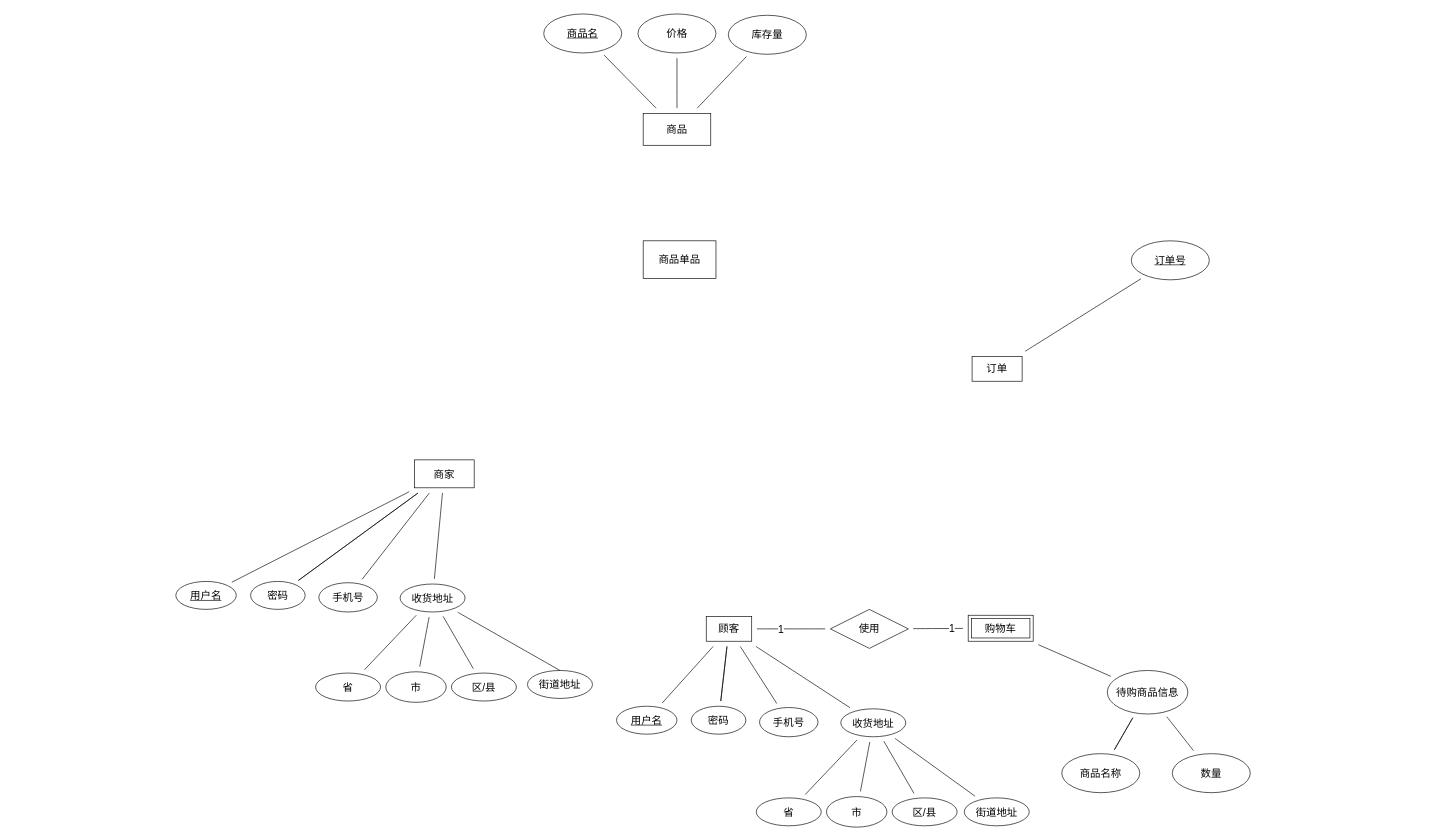
Before: database-ER.drawio in guokaichina/database-ER, a draw.io diagram. Source tidied: cells renumbered, new cells numbered last; positions are measured from the earlier drawing's top-left corner, leaving out a move shared by most shapes. Both pictures are drawn from the tidied source at 65%, with x=0, y=0 at pixel (176, 14).
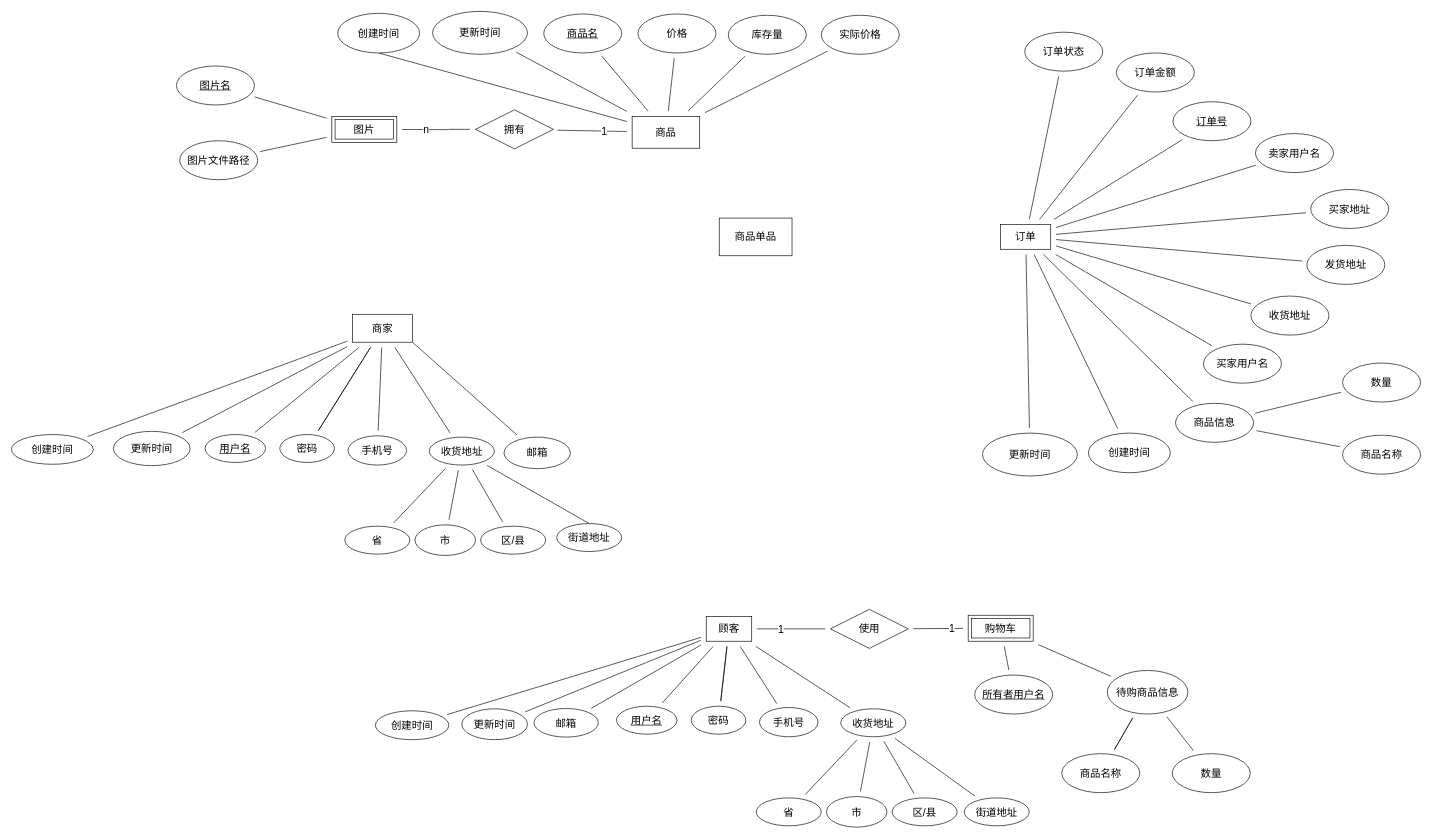
The same page after the edit.

Unchanged cells that the change refers to:
```xml
<mxCell id="8" value="&lt;font style=&quot;font-size: 16px;&quot;&gt;顾客&lt;/font&gt;" style="rounded=0;whiteSpace=wrap;html=1;" parent="1" vertex="1">
  <mxGeometry x="816" y="927" width="70" height="38" as="geometry" />
</mxCell>
<mxCell id="36" value="购物车" style="shape=ext;margin=3;double=1;whiteSpace=wrap;html=1;align=center;fontSize=16;fillColor=#FFFFFF;" parent="1" vertex="1">
  <mxGeometry x="1219" y="925" width="100" height="40" as="geometry" />
</mxCell>
```

Diff of the diagram source:
```diff
@@
+    <mxCell id="62" style="edgeStyle=none;curved=1;rounded=0;jettySize=auto;html=1;fontSize=16;endArrow=none;endFill=0;startSize=14;endSize=14;sourcePerimeterSpacing=8;targetPerimeterSpacing=8;" parent="1" edge="1" source="8" target="95">
+      <mxGeometry relative="1" as="geometry" />
+    </mxCell>
+    <mxCell id="63" style="edgeStyle=none;curved=1;rounded=0;jettySize=auto;html=1;fontSize=16;endArrow=none;endFill=0;startSize=14;endSize=14;sourcePerimeterSpacing=8;targetPerimeterSpacing=8;" parent="1" edge="1" source="8" target="101">
+      <mxGeometry relative="1" as="geometry" />
+    </mxCell>
+    <mxCell id="64" style="edgeStyle=none;curved=1;rounded=0;jettySize=auto;html=1;fontSize=16;endArrow=none;endFill=0;startSize=14;endSize=14;sourcePerimeterSpacing=8;targetPerimeterSpacing=8;" parent="1" edge="1" source="8" target="100">
+      <mxGeometry relative="1" as="geometry" />
+    </mxCell>
@@
+    <mxCell id="65" style="edgeStyle=none;curved=1;rounded=0;jettySize=auto;html=1;fontSize=16;endArrow=none;endFill=0;startSize=14;endSize=14;sourcePerimeterSpacing=8;targetPerimeterSpacing=8;" parent="1" edge="1" source="30" target="105">
+      <mxGeometry relative="1" as="geometry" />
+    </mxCell>
+    <mxCell id="66" style="edgeStyle=none;curved=1;rounded=0;jettySize=auto;html=1;entryX=0.5;entryY=1;entryDx=0;entryDy=0;fontSize=16;endArrow=none;endFill=0;startSize=14;endSize=14;sourcePerimeterSpacing=8;targetPerimeterSpacing=8;" parent="1" edge="1" source="30" target="104">
+      <mxGeometry relative="1" as="geometry" />
+    </mxCell>
+    <mxCell id="67" style="edgeStyle=none;curved=1;rounded=0;jettySize=auto;html=1;fontSize=16;endArrow=none;endFill=0;startSize=14;endSize=14;sourcePerimeterSpacing=8;targetPerimeterSpacing=8;" parent="1" edge="1" source="30" target="112">
+      <mxGeometry relative="1" as="geometry" />
+    </mxCell>
+    <mxCell id="68" value="1" style="edgeLabel;html=1;align=center;verticalAlign=middle;fontSize=16;" parent="67" vertex="1">
+      <mxGeometry x="-0.37" y="-9" relative="1" as="geometry">
+        <mxPoint x="-2" y="9" as="offset" />
+      </mxGeometry>
+    </mxCell>
+    <mxCell id="69" style="edgeStyle=none;curved=1;rounded=0;jettySize=auto;html=1;fontSize=16;endArrow=none;endFill=0;startSize=14;endSize=14;sourcePerimeterSpacing=8;targetPerimeterSpacing=8;" parent="1" edge="1" source="30" target="116">
+      <mxGeometry relative="1" as="geometry" />
+    </mxCell>
     <mxCell id="30" value="商品" style="rounded=0;whiteSpace=wrap;html=1;fontSize=16;" parent="1" vertex="1">
-      <mxGeometry x="719" y="153" width="104" height="49" as="geometry" />
+      <mxGeometry x="702" y="157.5" width="104" height="49" as="geometry" />
     </mxCell>
@@
+    <mxCell id="70" style="edgeStyle=none;curved=1;rounded=0;jettySize=auto;html=1;fontSize=16;endArrow=none;endFill=0;startSize=14;endSize=14;sourcePerimeterSpacing=8;targetPerimeterSpacing=8;" parent="1" edge="1" source="36" target="106">
+      <mxGeometry relative="1" as="geometry" />
+    </mxCell>
@@
+    <mxCell id="71" style="edgeStyle=none;curved=1;rounded=0;jettySize=auto;html=1;fontSize=16;endArrow=none;endFill=0;startSize=14;endSize=14;sourcePerimeterSpacing=8;targetPerimeterSpacing=8;" parent="1" edge="1" source="41" target="84">
+      <mxGeometry relative="1" as="geometry" />
+    </mxCell>
+    <mxCell id="72" style="edgeStyle=none;curved=1;rounded=0;jettySize=auto;html=1;fontSize=16;endArrow=none;endFill=0;startSize=14;endSize=14;sourcePerimeterSpacing=8;targetPerimeterSpacing=8;" parent="1" edge="1" source="41" target="85">
+      <mxGeometry relative="1" as="geometry" />
+    </mxCell>
+    <mxCell id="73" style="edgeStyle=none;curved=1;rounded=0;jettySize=auto;html=1;fontSize=16;endArrow=none;endFill=0;startSize=14;endSize=14;sourcePerimeterSpacing=8;targetPerimeterSpacing=8;" parent="1" edge="1" source="41" target="86">
+      <mxGeometry relative="1" as="geometry" />
+    </mxCell>
+    <mxCell id="74" style="edgeStyle=none;curved=1;rounded=0;jettySize=auto;html=1;fontSize=16;endArrow=none;endFill=0;startSize=14;endSize=14;sourcePerimeterSpacing=8;targetPerimeterSpacing=8;" parent="1" edge="1" source="41" target="87">
+      <mxGeometry relative="1" as="geometry" />
+    </mxCell>
+    <mxCell id="75" style="edgeStyle=none;curved=1;rounded=0;jettySize=auto;html=1;fontSize=16;endArrow=none;endFill=0;startSize=14;endSize=14;sourcePerimeterSpacing=8;targetPerimeterSpacing=8;" parent="1" edge="1" source="41" target="88">
+      <mxGeometry relative="1" as="geometry" />
+    </mxCell>
+    <mxCell id="76" style="edgeStyle=none;curved=1;rounded=0;jettySize=auto;html=1;fontSize=16;endArrow=none;endFill=0;startSize=14;endSize=14;sourcePerimeterSpacing=8;targetPerimeterSpacing=8;" parent="1" edge="1" source="41" target="89">
+      <mxGeometry relative="1" as="geometry" />
+    </mxCell>
+    <mxCell id="77" style="edgeStyle=none;curved=1;rounded=0;jettySize=auto;html=1;fontSize=16;endArrow=none;endFill=0;startSize=14;endSize=14;sourcePerimeterSpacing=8;targetPerimeterSpacing=8;" parent="1" edge="1" source="41" target="96">
+      <mxGeometry relative="1" as="geometry" />
+    </mxCell>
+    <mxCell id="78" style="edgeStyle=none;curved=1;rounded=0;jettySize=auto;html=1;fontSize=16;endArrow=none;endFill=0;startSize=14;endSize=14;sourcePerimeterSpacing=8;targetPerimeterSpacing=8;" parent="1" edge="1" source="41" target="97">
+      <mxGeometry relative="1" as="geometry" />
+    </mxCell>
+    <mxCell id="79" style="edgeStyle=none;curved=1;rounded=0;jettySize=auto;html=1;fontSize=16;endArrow=none;endFill=0;startSize=14;endSize=14;sourcePerimeterSpacing=8;targetPerimeterSpacing=8;" parent="1" edge="1" source="41" target="102">
+      <mxGeometry relative="1" as="geometry" />
+    </mxCell>
+    <mxCell id="80" style="edgeStyle=none;curved=1;rounded=0;jettySize=auto;html=1;fontSize=16;endArrow=none;endFill=0;startSize=14;endSize=14;sourcePerimeterSpacing=8;targetPerimeterSpacing=8;" parent="1" edge="1" source="41" target="103">
+      <mxGeometry relative="1" as="geometry" />
+    </mxCell>
     <mxCell id="41" value="订单" style="rounded=0;whiteSpace=wrap;html=1;fontSize=16;fillColor=#FFFFFF;" parent="1" vertex="1">
-      <mxGeometry x="1225" y="527" width="77" height="38" as="geometry" />
+      <mxGeometry x="1269" y="324" width="77" height="38" as="geometry" />
     </mxCell>
     <mxCell id="42" value="&lt;u&gt;订单号&lt;/u&gt;" style="ellipse;whiteSpace=wrap;html=1;fontSize=16;fillColor=#FFFFFF;" parent="1" vertex="1">
-      <mxGeometry x="1470" y="349" width="120" height="60" as="geometry" />
+      <mxGeometry x="1534" y="135" width="120" height="60" as="geometry" />
     </mxCell>
+    <mxCell id="81" style="edgeStyle=none;curved=1;rounded=0;jettySize=auto;html=1;exitX=1;exitY=1;exitDx=0;exitDy=0;fontSize=16;endArrow=none;endFill=0;startSize=14;endSize=14;sourcePerimeterSpacing=8;targetPerimeterSpacing=8;" parent="1" edge="1" source="43" target="94">
+      <mxGeometry relative="1" as="geometry" />
+    </mxCell>
+    <mxCell id="82" style="edgeStyle=none;curved=1;rounded=0;jettySize=auto;html=1;fontSize=16;endArrow=none;endFill=0;startSize=14;endSize=14;sourcePerimeterSpacing=8;targetPerimeterSpacing=8;" parent="1" edge="1" source="43" target="99">
+      <mxGeometry relative="1" as="geometry" />
+    </mxCell>
+    <mxCell id="83" style="edgeStyle=none;curved=1;rounded=0;jettySize=auto;html=1;fontSize=16;endArrow=none;endFill=0;startSize=14;endSize=14;sourcePerimeterSpacing=8;targetPerimeterSpacing=8;" parent="1" edge="1" source="43" target="98">
+      <mxGeometry relative="1" as="geometry" />
+    </mxCell>
     <mxCell id="43" value="商家" style="rounded=0;whiteSpace=wrap;html=1;fontSize=16;fillColor=#FFFFFF;" parent="1" vertex="1">
-      <mxGeometry x="367" y="686" width="92" height="43" as="geometry" />
+      <mxGeometry x="272" y="462" width="92" height="43" as="geometry" />
     </mxCell>
@@
     <mxCell id="48" value="&lt;u&gt;用户名&lt;/u&gt;" style="ellipse;whiteSpace=wrap;html=1;fontSize=16;" parent="1" vertex="1">
-      <mxGeometry y="873" width="93" height="43" as="geometry" />
+      <mxGeometry x="45" y="647" width="93" height="43" as="geometry" />
     </mxCell>
     <mxCell id="49" value="密码" style="ellipse;whiteSpace=wrap;html=1;fontSize=16;" parent="1" vertex="1">
-      <mxGeometry x="115" y="873" width="84" height="43" as="geometry" />
+      <mxGeometry x="160" y="647" width="84" height="43" as="geometry" />
     </mxCell>
@@
     <mxCell id="54" value="收货地址" style="ellipse;whiteSpace=wrap;html=1;fontSize=16;" parent="1" vertex="1">
-      <mxGeometry x="345" y="877" width="100" height="43" as="geometry" />
+      <mxGeometry x="390" y="651" width="100" height="43" as="geometry" />
     </mxCell>
@@
     <mxCell id="56" value="省" style="ellipse;whiteSpace=wrap;html=1;fontSize=16;" parent="1" vertex="1">
-      <mxGeometry x="215" y="1014" width="100" height="43" as="geometry" />
+      <mxGeometry x="260" y="788" width="100" height="43" as="geometry" />
     </mxCell>
     <mxCell id="57" value="市" style="ellipse;whiteSpace=wrap;html=1;fontSize=16;" parent="1" vertex="1">
-      <mxGeometry x="323" y="1012" width="93" height="47" as="geometry" />
+      <mxGeometry x="368" y="786" width="93" height="47" as="geometry" />
     </mxCell>
     <mxCell id="58" value="区/县" style="ellipse;whiteSpace=wrap;html=1;fontSize=16;" parent="1" vertex="1">
-      <mxGeometry x="424" y="1014" width="100" height="43" as="geometry" />
+      <mxGeometry x="469" y="788" width="100" height="43" as="geometry" />
     </mxCell>
     <mxCell id="59" value="街道地址" style="ellipse;whiteSpace=wrap;html=1;fontSize=16;" parent="1" vertex="1">
-      <mxGeometry x="541" y="1010" width="100" height="43" as="geometry" />
+      <mxGeometry x="586" y="784" width="100" height="43" as="geometry" />
     </mxCell>
     <mxCell id="60" value="手机号" style="ellipse;whiteSpace=wrap;html=1;fontSize=16;" parent="1" vertex="1">
-      <mxGeometry x="220" y="875" width="90" height="45" as="geometry" />
+      <mxGeometry x="265" y="649" width="90" height="45" as="geometry" />
     </mxCell>
     <mxCell id="61" value="商品单品" style="rounded=0;whiteSpace=wrap;html=1;fontSize=16;fillColor=#FFFFFF;" parent="1" vertex="1">
-      <mxGeometry x="719" y="349" width="112" height="58" as="geometry" />
+      <mxGeometry x="836" y="314" width="112" height="58" as="geometry" />
     </mxCell>
+    <mxCell id="84" value="发货地址" style="ellipse;whiteSpace=wrap;html=1;fontSize=16;fillColor=#FFFFFF;" parent="1" vertex="1">
+      <mxGeometry x="1740" y="356" width="120" height="60" as="geometry" />
+    </mxCell>
+    <mxCell id="85" value="收货地址" style="ellipse;whiteSpace=wrap;html=1;fontSize=16;fillColor=#FFFFFF;" parent="1" vertex="1">
+      <mxGeometry x="1654" y="434" width="120" height="60" as="geometry" />
+    </mxCell>
+    <mxCell id="86" value="卖家用户名" style="ellipse;whiteSpace=wrap;html=1;fontSize=16;fillColor=#FFFFFF;" parent="1" vertex="1">
+      <mxGeometry x="1661" y="184" width="120" height="60" as="geometry" />
+    </mxCell>
+    <mxCell id="87" value="买家地址" style="ellipse;whiteSpace=wrap;html=1;fontSize=16;fillColor=#FFFFFF;" parent="1" vertex="1">
+      <mxGeometry x="1746" y="270" width="120" height="60" as="geometry" />
+    </mxCell>
+    <mxCell id="88" value="买家用户名" style="ellipse;whiteSpace=wrap;html=1;fontSize=16;fillColor=#FFFFFF;" parent="1" vertex="1">
+      <mxGeometry x="1581" y="508" width="120" height="60" as="geometry" />
+    </mxCell>
+    <mxCell id="89" value="商品信息" style="ellipse;whiteSpace=wrap;html=1;fontSize=16;fillColor=#FFFFFF;" parent="1" vertex="1">
+      <mxGeometry x="1538" y="599" width="120" height="60" as="geometry" />
+    </mxCell>
+    <mxCell id="90" style="edgeStyle=none;curved=1;rounded=0;jettySize=auto;html=1;fontSize=16;endArrow=none;endFill=0;startSize=14;endSize=14;sourcePerimeterSpacing=8;targetPerimeterSpacing=8;" parent="1" edge="1" source="89" target="92">
+      <mxGeometry relative="1" as="geometry" />
+    </mxCell>
+    <mxCell id="91" style="edgeStyle=none;curved=1;rounded=0;jettySize=auto;html=1;fontSize=16;endArrow=none;endFill=0;startSize=14;endSize=14;sourcePerimeterSpacing=8;targetPerimeterSpacing=8;" parent="1" edge="1" source="89" target="93">
+      <mxGeometry relative="1" as="geometry" />
+    </mxCell>
+    <mxCell id="92" value="商品名称" style="ellipse;whiteSpace=wrap;html=1;fontSize=16;" parent="1" vertex="1">
+      <mxGeometry x="1795" y="648" width="120" height="60" as="geometry" />
+    </mxCell>
+    <mxCell id="93" value="数量" style="ellipse;whiteSpace=wrap;html=1;fontSize=16;" parent="1" vertex="1">
+      <mxGeometry x="1795" y="537" width="120" height="60" as="geometry" />
+    </mxCell>
+    <mxCell id="94" value="邮箱" style="ellipse;whiteSpace=wrap;html=1;fontSize=16;fillColor=#FFFFFF;" parent="1" vertex="1">
+      <mxGeometry x="505" y="651" width="102" height="48.5" as="geometry" />
+    </mxCell>
+    <mxCell id="95" value="邮箱" style="ellipse;whiteSpace=wrap;html=1;fontSize=16;fillColor=#FFFFFF;" parent="1" vertex="1">
+      <mxGeometry x="551" y="1068.5" width="99" height="44" as="geometry" />
+    </mxCell>
+    <mxCell id="96" value="订单金额" style="ellipse;whiteSpace=wrap;html=1;fontSize=16;fillColor=#FFFFFF;" parent="1" vertex="1">
+      <mxGeometry x="1447" y="60" width="120" height="60" as="geometry" />
+    </mxCell>
+    <mxCell id="97" value="订单状态" style="ellipse;whiteSpace=wrap;html=1;fontSize=16;fillColor=#FFFFFF;" parent="1" vertex="1">
+      <mxGeometry x="1306" y="28" width="120" height="60" as="geometry" />
+    </mxCell>
+    <mxCell id="98" value="创建时间" style="ellipse;whiteSpace=wrap;html=1;fontSize=16;fillColor=#FFFFFF;" parent="1" vertex="1">
+      <mxGeometry x="-253" y="647" width="126" height="45.8" as="geometry" />
+    </mxCell>
+    <mxCell id="99" value="更新时间" style="ellipse;whiteSpace=wrap;html=1;fontSize=16;fillColor=#FFFFFF;" parent="1" vertex="1">
+      <mxGeometry x="-96" y="642.1" width="118" height="52.8" as="geometry" />
+    </mxCell>
+    <mxCell id="100" value="创建时间" style="ellipse;whiteSpace=wrap;html=1;fontSize=16;fillColor=#FFFFFF;" parent="1" vertex="1">
+      <mxGeometry x="307" y="1072" width="113" height="44.5" as="geometry" />
+    </mxCell>
+    <mxCell id="101" value="更新时间" style="ellipse;whiteSpace=wrap;html=1;fontSize=16;fillColor=#FFFFFF;" parent="1" vertex="1">
+      <mxGeometry x="440" y="1069" width="101" height="47.5" as="geometry" />
+    </mxCell>
+    <mxCell id="102" value="创建时间" style="ellipse;whiteSpace=wrap;html=1;fontSize=16;fillColor=#FFFFFF;" parent="1" vertex="1">
+      <mxGeometry x="1404" y="644.8" width="126" height="61" as="geometry" />
+    </mxCell>
+    <mxCell id="103" value="更新时间" style="ellipse;whiteSpace=wrap;html=1;fontSize=16;fillColor=#FFFFFF;" parent="1" vertex="1">
+      <mxGeometry x="1241" y="644.8" width="146" height="66" as="geometry" />
+    </mxCell>
+    <mxCell id="104" value="创建时间" style="ellipse;whiteSpace=wrap;html=1;fontSize=16;fillColor=#FFFFFF;" parent="1" vertex="1">
+      <mxGeometry x="249" y="-1" width="126" height="61" as="geometry" />
+    </mxCell>
+    <mxCell id="105" value="更新时间" style="ellipse;whiteSpace=wrap;html=1;fontSize=16;fillColor=#FFFFFF;" parent="1" vertex="1">
+      <mxGeometry x="395" y="-4" width="146" height="66" as="geometry" />
+    </mxCell>
+    <mxCell id="106" value="&lt;u&gt;所有者用户名&lt;/u&gt;" style="ellipse;whiteSpace=wrap;html=1;fontSize=16;fillColor=#FFFFFF;" parent="1" vertex="1">
+      <mxGeometry x="1229" y="1017" width="120" height="60" as="geometry" />
+    </mxCell>
+    <mxCell id="107" style="edgeStyle=none;curved=1;rounded=0;jettySize=auto;html=1;fontSize=16;endArrow=none;endFill=0;startSize=14;endSize=14;sourcePerimeterSpacing=8;targetPerimeterSpacing=8;" parent="1" edge="1" source="109" target="113">
+      <mxGeometry relative="1" as="geometry" />
+    </mxCell>
+    <mxCell id="108" style="edgeStyle=none;curved=1;rounded=0;jettySize=auto;html=1;fontSize=16;endArrow=none;endFill=0;startSize=14;endSize=14;sourcePerimeterSpacing=8;targetPerimeterSpacing=8;" parent="1" edge="1" source="109" target="114">
+      <mxGeometry relative="1" as="geometry" />
+    </mxCell>
+    <mxCell id="109" value="图片" style="shape=ext;margin=3;double=1;whiteSpace=wrap;html=1;align=center;fontSize=16;fillColor=#FFFFFF;" parent="1" vertex="1">
+      <mxGeometry x="240" y="157.5" width="100" height="40" as="geometry" />
+    </mxCell>
+    <mxCell id="110" style="edgeStyle=none;curved=1;rounded=0;jettySize=auto;html=1;fontSize=16;endArrow=none;endFill=0;startSize=14;endSize=14;targetPerimeterSpacing=8;startArrow=none;" parent="1" edge="1" target="109">
+      <mxGeometry relative="1" as="geometry">
+        <mxPoint x="420" y="177.9" as="sourcePoint" />
+        <Array as="points">
+          <mxPoint x="423" y="178" />
+        </Array>
+      </mxGeometry>
+    </mxCell>
+    <mxCell id="111" value="n" style="edgeLabel;html=1;align=center;verticalAlign=middle;fontSize=16;" parent="110" vertex="1">
+      <mxGeometry x="0.38" y="2" relative="1" as="geometry">
+        <mxPoint x="13" y="-2" as="offset" />
+      </mxGeometry>
+    </mxCell>
+    <mxCell id="112" value="拥有" style="shape=rhombus;perimeter=rhombusPerimeter;whiteSpace=wrap;html=1;align=center;fontSize=16;fillColor=#FFFFFF;" parent="1" vertex="1">
+      <mxGeometry x="461" y="147.5" width="120" height="60" as="geometry" />
+    </mxCell>
+    <mxCell id="113" value="图片文件路径" style="ellipse;whiteSpace=wrap;html=1;fontSize=16;fillColor=#FFFFFF;" parent="1" vertex="1">
+      <mxGeometry x="6" y="195" width="120" height="60" as="geometry" />
+    </mxCell>
+    <mxCell id="114" value="&lt;u&gt;图片名&lt;/u&gt;" style="ellipse;whiteSpace=wrap;html=1;fontSize=16;fillColor=#FFFFFF;" parent="1" vertex="1">
+      <mxGeometry x="1" y="80" width="120" height="60" as="geometry" />
+    </mxCell>
+    <mxCell id="115" style="edgeStyle=none;curved=1;rounded=0;jettySize=auto;html=1;fontSize=16;endArrow=none;endFill=0;startSize=14;endSize=14;sourcePerimeterSpacing=8;" parent="1" edge="1" source="112">
+      <mxGeometry relative="1" as="geometry">
+        <mxPoint x="420" y="177.5" as="targetPoint" />
+      </mxGeometry>
+    </mxCell>
+    <mxCell id="116" value="实际价格" style="ellipse;whiteSpace=wrap;html=1;fontSize=16;fillColor=#FFFFFF;" parent="1" vertex="1">
+      <mxGeometry x="993" y="2" width="120" height="60" as="geometry" />
+    </mxCell>
```
